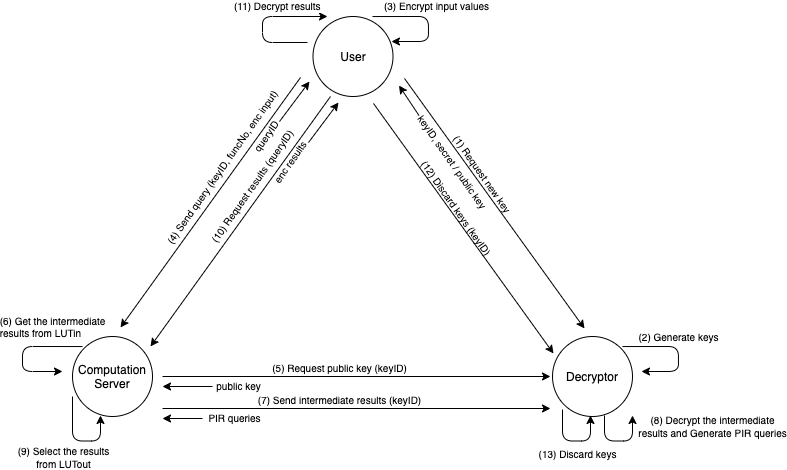
Before: doc/spec-ja/source/images/fhetbl_design-flow.png, a diagram exported from draw.io (iihiro/FHE-Table-Search). Source tidied: cells renumbered, new cells last; positions are measured from the earlier drawing's top-left corner, leaving out a move shared by most shapes.
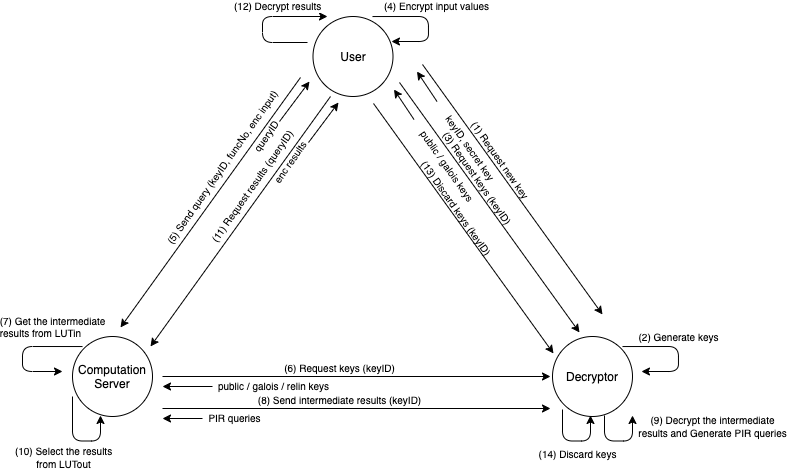
After the change.

The edit, as a diff of the source:
```diff
@@ -22,7 +22,7 @@
         <mxPoint x="-10" y="-10" as="offset" />
       </mxGeometry>
     </mxCell>
-    <mxCell id="6" value="&lt;font style=&quot;font-size: 9px&quot;&gt;(3) Encrypt input values&lt;/font&gt;" style="endArrow=classic;html=1;entryX=1;entryY=0.375;entryDx=0;entryDy=0;exitX=0.763;exitY=0.063;exitDx=0;exitDy=0;strokeColor=#000000;fontColor=#000000;entryPerimeter=0;exitPerimeter=0;" parent="1" edge="1">
+    <mxCell id="6" value="&lt;font style=&quot;font-size: 9px&quot;&gt;(4) Encrypt input values&lt;/font&gt;" style="endArrow=classic;html=1;entryX=1;entryY=0.375;entryDx=0;entryDy=0;exitX=0.763;exitY=0.063;exitDx=0;exitDy=0;strokeColor=#000000;fontColor=#000000;entryPerimeter=0;exitPerimeter=0;" parent="1" edge="1">
       <mxGeometry x="-0.05" y="13" relative="1" as="geometry">
         <mxPoint x="350" as="sourcePoint" />
         <mxPoint x="369" y="25" as="targetPoint" />
@@ -39,12 +39,12 @@
         <mxPoint x="98" y="311" as="targetPoint" />
       </mxGeometry>
     </mxCell>
-    <mxCell id="8" value="&lt;font style=&quot;font-size: 10px&quot;&gt;(4) Send query (keyID, funcNo, enc input)&lt;/font&gt;" style="text;html=1;align=center;verticalAlign=middle;labelBackgroundColor=#ffffff;rotation=-55;" parent="7" vertex="1">
+    <mxCell id="8" value="&lt;font style=&quot;font-size: 10px&quot;&gt;(5) Send query (keyID, funcNo, enc input)&lt;/font&gt;" style="text;html=1;align=center;verticalAlign=middle;labelBackgroundColor=#ffffff;rotation=-55;" parent="7" vertex="1">
       <mxGeometry x="-0.15" y="1" relative="1" as="geometry">
         <mxPoint x="-4.8" y="-16.1" as="offset" />
       </mxGeometry>
     </mxCell>
-    <mxCell id="9" value="&lt;div style=&quot;text-align: left ; font-size: 10px&quot;&gt;(6) Get the intermediate&lt;/div&gt;&lt;div style=&quot;text-align: left ; font-size: 10px&quot;&gt;results from LUTin&lt;/div&gt;" style="endArrow=classic;html=1;exitX=0.763;exitY=0.063;exitDx=0;exitDy=0;strokeColor=#000000;fontColor=#000000;exitPerimeter=0;labelBackgroundColor=none;" parent="1" edge="1">
+    <mxCell id="9" value="&lt;div style=&quot;text-align: left ; font-size: 10px&quot;&gt;(7) Get the intermediate&lt;/div&gt;&lt;div style=&quot;text-align: left ; font-size: 10px&quot;&gt;results from LUTin&lt;/div&gt;" style="endArrow=classic;html=1;exitX=0.763;exitY=0.063;exitDx=0;exitDy=0;strokeColor=#000000;fontColor=#000000;exitPerimeter=0;labelBackgroundColor=none;" parent="1" edge="1">
       <mxGeometry x="-0.52" y="-20" relative="1" as="geometry">
         <mxPoint x="60" y="330" as="sourcePoint" />
         <mxPoint x="40" y="355" as="targetPoint" />
@@ -60,7 +60,7 @@
         <mxPoint x="528" y="360" as="targetPoint" />
       </mxGeometry>
     </mxCell>
-    <mxCell id="11" value="&lt;font style=&quot;font-size: 10px&quot;&gt;(5) Request public key (keyID)&lt;/font&gt;" style="text;html=1;align=center;verticalAlign=middle;labelBackgroundColor=#ffffff;" parent="10" vertex="1">
+    <mxCell id="11" value="&lt;font style=&quot;font-size: 10px&quot;&gt;(6) Request keys (keyID)&lt;/font&gt;" style="text;html=1;align=center;verticalAlign=middle;labelBackgroundColor=#ffffff;" parent="10" vertex="1">
       <mxGeometry x="-0.15" relative="1" as="geometry">
         <mxPoint x="11" y="-10" as="offset" />
       </mxGeometry>
@@ -71,9 +71,9 @@
         <mxPoint x="190" y="370" as="targetPoint" />
       </mxGeometry>
     </mxCell>
-    <mxCell id="13" value="&lt;font style=&quot;font-size: 10px&quot;&gt;public key&lt;/font&gt;" style="text;html=1;align=center;verticalAlign=middle;labelBackgroundColor=#ffffff;" parent="12" vertex="1">
+    <mxCell id="13" value="&lt;font style=&quot;font-size: 10px&quot;&gt;public / galois / relin keys&lt;/font&gt;" style="text;html=1;align=center;verticalAlign=middle;labelBackgroundColor=#ffffff;" parent="12" vertex="1">
       <mxGeometry x="-0.15" relative="1" as="geometry">
-        <mxPoint x="54" y="-2" as="offset" />
+        <mxPoint x="89" y="-2" as="offset" />
       </mxGeometry>
     </mxCell>
     <mxCell id="14" style="endArrow=classic;html=1;" parent="1" edge="1">
@@ -82,12 +82,12 @@
         <mxPoint x="528" y="392" as="targetPoint" />
       </mxGeometry>
     </mxCell>
-    <mxCell id="15" value="&lt;font style=&quot;font-size: 10px&quot;&gt;(7) Send intermediate results (keyID)&lt;/font&gt;" style="text;html=1;align=center;verticalAlign=middle;labelBackgroundColor=#ffffff;" parent="14" vertex="1">
+    <mxCell id="15" value="&lt;font style=&quot;font-size: 10px&quot;&gt;(8) Send intermediate results (keyID)&lt;/font&gt;" style="text;html=1;align=center;verticalAlign=middle;labelBackgroundColor=#ffffff;" parent="14" vertex="1">
       <mxGeometry x="-0.15" relative="1" as="geometry">
         <mxPoint x="11" y="-10" as="offset" />
       </mxGeometry>
     </mxCell>
-    <mxCell id="16" value="&lt;span style=&quot;font-size: 9px&quot;&gt;(13) Discard keys&lt;br&gt;&lt;/span&gt;" style="endArrow=classic;html=1;strokeColor=#000000;fontColor=#000000;" parent="1" edge="1">
+    <mxCell id="16" value="&lt;span style=&quot;font-size: 9px&quot;&gt;(14) Discard keys&lt;br&gt;&lt;/span&gt;" style="endArrow=classic;html=1;strokeColor=#000000;fontColor=#000000;" parent="1" edge="1">
       <mxGeometry x="0.4" y="19" relative="1" as="geometry">
         <mxPoint x="540" y="393" as="sourcePoint" />
         <mxPoint x="568" y="399" as="targetPoint" />
@@ -98,7 +98,7 @@
         <mxPoint x="-13" y="32" as="offset" />
       </mxGeometry>
     </mxCell>
-    <mxCell id="17" value="&lt;span style=&quot;font-size: 9px&quot;&gt;(9) Select the results&lt;/span&gt;&lt;br style=&quot;font-size: 9px&quot;&gt;&lt;span style=&quot;font-size: 9px&quot;&gt;from LUTout&lt;/span&gt;&lt;span style=&quot;font-size: 9px&quot;&gt;&lt;br&gt;&lt;/span&gt;" style="endArrow=classic;html=1;strokeColor=#000000;fontColor=#000000;exitX=0;exitY=0.75;exitDx=0;exitDy=0;exitPerimeter=0;labelBackgroundColor=none;" parent="1" edge="1" source="3">
+    <mxCell id="17" value="&lt;span style=&quot;font-size: 9px&quot;&gt;(10) Select the results&lt;/span&gt;&lt;br style=&quot;font-size: 9px&quot;&gt;&lt;span style=&quot;font-size: 9px&quot;&gt;from LUTout&lt;/span&gt;&lt;span style=&quot;font-size: 9px&quot;&gt;&lt;br&gt;&lt;/span&gt;" style="endArrow=classic;html=1;strokeColor=#000000;fontColor=#000000;exitX=0;exitY=0.75;exitDx=0;exitDy=0;exitPerimeter=0;labelBackgroundColor=none;" parent="1" edge="1" source="3">
       <mxGeometry x="-0.09" y="-18" relative="1" as="geometry">
         <mxPoint x="78" y="399" as="targetPoint" />
         <Array as="points">
@@ -114,12 +114,12 @@
         <mxPoint x="128" y="330" as="targetPoint" />
       </mxGeometry>
     </mxCell>
-    <mxCell id="19" value="&lt;font style=&quot;font-size: 10px&quot;&gt;(10) Request results (queryID)&lt;/font&gt;" style="text;html=1;align=center;verticalAlign=middle;labelBackgroundColor=#ffffff;rotation=-55;" parent="18" vertex="1">
+    <mxCell id="19" value="&lt;font style=&quot;font-size: 10px&quot;&gt;(11) Request results (queryID)&lt;/font&gt;" style="text;html=1;align=center;verticalAlign=middle;labelBackgroundColor=#ffffff;rotation=-55;" parent="18" vertex="1">
       <mxGeometry x="-0.15" y="1" relative="1" as="geometry">
         <mxPoint x="-4.8" y="-16.1" as="offset" />
       </mxGeometry>
     </mxCell>
-    <mxCell id="20" value="&lt;font style=&quot;font-size: 9px&quot;&gt;(11) Decrypt results&lt;/font&gt;" style="endArrow=classic;html=1;entryX=0.275;entryY=0.025;entryDx=0;entryDy=0;exitX=0.025;exitY=0.35;exitDx=0;exitDy=0;strokeColor=#000000;fontColor=#000000;exitPerimeter=0;entryPerimeter=0;align=left;" parent="1" edge="1">
+    <mxCell id="20" value="&lt;font style=&quot;font-size: 9px&quot;&gt;(12) Decrypt results&lt;/font&gt;" style="endArrow=classic;html=1;entryX=0.275;entryY=0.025;entryDx=0;entryDy=0;exitX=0.025;exitY=0.35;exitDx=0;exitDy=0;strokeColor=#000000;fontColor=#000000;exitPerimeter=0;entryPerimeter=0;align=left;" parent="1" edge="1">
       <mxGeometry x="0.04" y="32" relative="1" as="geometry">
         <mxPoint x="285" y="26" as="sourcePoint" />
         <mxPoint x="305" as="targetPoint" />
@@ -152,7 +152,7 @@
         <mxPoint x="-38.2" y="42.6" as="offset" />
       </mxGeometry>
     </mxCell>
-    <mxCell id="25" value="&lt;span style=&quot;font-size: 9px&quot;&gt;(8) Decrypt the intermediate&lt;br&gt;results&amp;nbsp;and Generate PIR queries&lt;br&gt;&lt;/span&gt;" style="endArrow=classic;html=1;strokeColor=#000000;fontColor=#000000;labelBackgroundColor=none;" parent="1" edge="1">
+    <mxCell id="25" value="&lt;span style=&quot;font-size: 9px&quot;&gt;(9) Decrypt the intermediate&lt;br&gt;results&amp;nbsp;and Generate PIR queries&lt;br&gt;&lt;/span&gt;" style="endArrow=classic;html=1;strokeColor=#000000;fontColor=#000000;labelBackgroundColor=none;" parent="1" edge="1">
       <mxGeometry x="0.72" y="-80" relative="1" as="geometry">
         <mxPoint x="582" y="399" as="sourcePoint" />
         <mxPoint x="610" y="399" as="targetPoint" />
@@ -175,8 +175,8 @@
     </mxCell>
     <mxCell id="28" style="endArrow=classic;html=1;" parent="1" edge="1">
       <mxGeometry relative="1" as="geometry">
-        <mxPoint x="382" y="62" as="sourcePoint" />
-        <mxPoint x="562" y="312" as="targetPoint" />
+        <mxPoint x="400" y="48" as="sourcePoint" />
+        <mxPoint x="580" y="298" as="targetPoint" />
       </mxGeometry>
     </mxCell>
     <mxCell id="29" value="&lt;font style=&quot;font-size: 10px&quot;&gt;(1) Request new key&lt;/font&gt;" style="text;html=1;align=center;verticalAlign=middle;labelBackgroundColor=none;rotation=55;" parent="28" vertex="1">
@@ -186,11 +186,11 @@
     </mxCell>
     <mxCell id="30" style="endArrow=none;html=1;startArrow=classic;startFill=1;endFill=0;" parent="1" edge="1">
       <mxGeometry relative="1" as="geometry">
-        <mxPoint x="376.5" y="69" as="sourcePoint" />
-        <mxPoint x="396.5" y="99" as="targetPoint" />
+        <mxPoint x="394.5" y="55" as="sourcePoint" />
+        <mxPoint x="414.5" y="85" as="targetPoint" />
       </mxGeometry>
     </mxCell>
-    <mxCell id="31" value="&lt;font style=&quot;font-size: 10px&quot;&gt;keyID, secret / public key&lt;/font&gt;" style="text;html=1;align=center;verticalAlign=middle;labelBackgroundColor=#ffffff;rotation=55;" parent="30" vertex="1">
+    <mxCell id="31" value="&lt;font style=&quot;font-size: 10px&quot;&gt;keyID, secret key&lt;/font&gt;" style="text;html=1;align=center;verticalAlign=middle;labelBackgroundColor=#ffffff;rotation=55;" parent="30" vertex="1">
       <mxGeometry x="-0.15" y="1" relative="1" as="geometry">
         <mxPoint x="45.3" y="63.1" as="offset" />
       </mxGeometry>
@@ -201,10 +201,32 @@
         <mxPoint x="531" y="337" as="targetPoint" />
       </mxGeometry>
     </mxCell>
-    <mxCell id="33" value="&lt;font style=&quot;font-size: 10px&quot;&gt;(12) Discard keys (keyID)&lt;/font&gt;" style="text;html=1;align=center;verticalAlign=middle;labelBackgroundColor=none;rotation=55;" parent="32" vertex="1">
+    <mxCell id="33" value="&lt;font style=&quot;font-size: 10px&quot;&gt;(13) Discard keys (keyID)&lt;/font&gt;" style="text;html=1;align=center;verticalAlign=middle;labelBackgroundColor=none;rotation=55;" parent="32" vertex="1">
       <mxGeometry x="-0.15" y="1" relative="1" as="geometry">
         <mxPoint x="7.2" y="-1.9" as="offset" />
       </mxGeometry>
     </mxCell>
+    <mxCell id="34" style="endArrow=classic;html=1;" parent="1" edge="1">
+      <mxGeometry relative="1" as="geometry">
+        <mxPoint x="377" y="66" as="sourcePoint" />
+        <mxPoint x="557" y="316" as="targetPoint" />
+      </mxGeometry>
+    </mxCell>
+    <mxCell id="35" value="&lt;font style=&quot;font-size: 10px&quot;&gt;(3) Request keys (keyID)&lt;/font&gt;" style="text;html=1;align=center;verticalAlign=middle;labelBackgroundColor=none;rotation=55;" parent="34" vertex="1">
+      <mxGeometry x="-0.15" y="1" relative="1" as="geometry">
+        <mxPoint x="2.2" y="-10.9" as="offset" />
+      </mxGeometry>
+    </mxCell>
+    <mxCell id="36" style="endArrow=none;html=1;startArrow=classic;startFill=1;endFill=0;" parent="1" edge="1">
+      <mxGeometry relative="1" as="geometry">
+        <mxPoint x="371.5" y="73" as="sourcePoint" />
+        <mxPoint x="391.5" y="103" as="targetPoint" />
+      </mxGeometry>
+    </mxCell>
+    <mxCell id="37" value="&lt;span style=&quot;font-size: 10px&quot;&gt;public / galois keys&lt;/span&gt;" style="text;html=1;align=center;verticalAlign=middle;labelBackgroundColor=#ffffff;rotation=55;" parent="36" vertex="1">
+      <mxGeometry x="-0.15" y="1" relative="1" as="geometry">
+        <mxPoint x="45.3" y="63.1" as="offset" />
+      </mxGeometry>
+    </mxCell>
   </root>
 </mxGraphModel>
```
